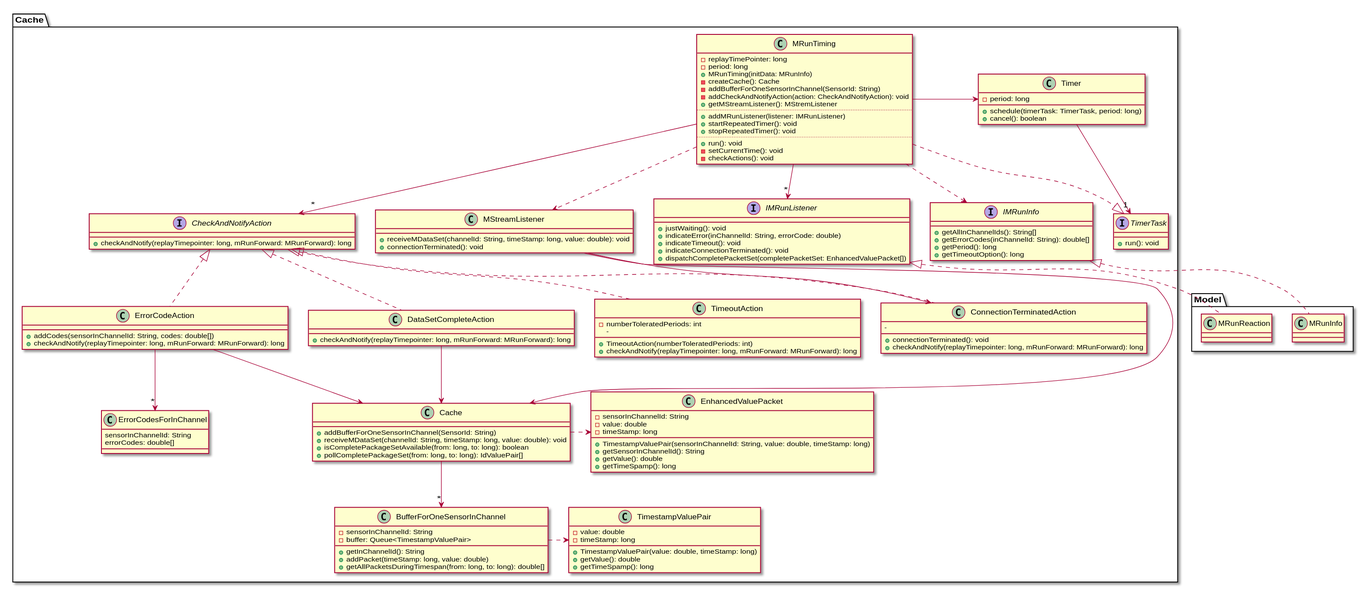
Earlier version of the PlantUML export 2-Entwurf/2-Entwicklung/src/edu/kit/freejdaq/cache/classDiagramCache.svg (osl2/DAQ-Documents).
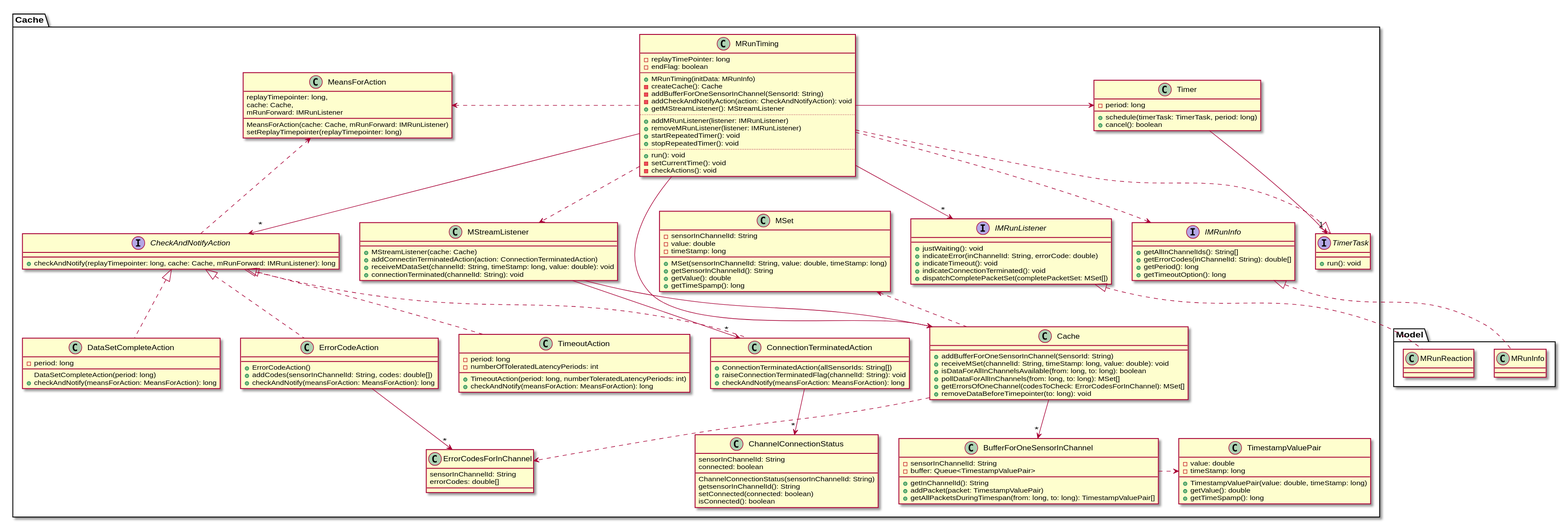
The same diagram one commit later.

What changed in the source:
```diff
@@ -2,21 +2,25 @@
 namespace Cache {
 
 class MStreamListener {
+	+ MStreamListener(cache: Cache)
+	+ addConnectinTerminatedAction(action: ConnectionTerminatedAction)
 	+ receiveMDataSet(channelId: String, timeStamp: long, value: double): void
-	+ connectionTerminated(): void
+	+ connectionTerminated(channelId: String): void
 }
 
 
 class MRunTiming {
 	- replayTimePointer: long
-	- period: long
+	- endFlag: boolean
+	--
 	+ MRunTiming(initData: MRunInfo)
 	- createCache(): Cache
 	- addBufferForOneSensorInChannel(SensorId: String)
 	- addCheckAndNotifyAction(action: CheckAndNotifyAction): void
-	+ getMStreamListener(): MStremListener
+	+ getMStreamListener(): MStreamListener
 	..
 	+ addMRunListener(listener: IMRunListener)
+	+ removeMRunListener(listener: IMRunListener)
 	+ startRepeatedTimer(): void
 	+ stopRepeatedTimer(): void
 	..
@@ -33,17 +37,19 @@
 
 class Cache{
 	+ addBufferForOneSensorInChannel(SensorId: String)
-	+ receiveMDataSet(channelId: String, timeStamp: long, value: double): void
-	+ isCompletePackageSetAvailable(from: long, to: long): boolean
-	+ pollCompletePackageSet(from: long, to: long):  IdValuePair[]
+	+ receiveMSet(channelId: String, timeStamp: long, value: double): void
+	+ isDataForAllInChannelsAvailable(from: long, to: long): boolean
+	+ pollDataForAllInChannels(from: long, to: long):  MSet[]
+	+ getErrorsOfOneChannel(codesToCheck: ErrorCodesForInChannel): MSet[]
+	+ removeDataBeforeTimepointer(to: long): void
 }
 
 class BufferForOneSensorInChannel {
 	-sensorInChannelId: String
 	-buffer: Queue<TimestampValuePair>
 	+getInChannelId(): String
-	+addPacket(timeStamp: long, value: double)
-	+getAllPacketsDuringTimespan(from: long, to: long): double[]
+	+addPacket(packet: TimestampValuePair)
+	+getAllPacketsDuringTimespan(from: long, to: long): TimestampValuePair[]
 }
 
 class TimestampValuePair	{
@@ -55,33 +61,35 @@
 }
 
 class ConnectionTerminatedAction {
-	-
-	+ connectionTerminated(): void
-	+ checkAndNotify(replayTimepointer: long, mRunForward: MRunForward): long
+	+ ConnectionTerminatedAction(allSensorIds: String[])
+	+ raiseConnectionTerminatedFlag(channelId: String): void
+	+ checkAndNotify(meansForAction: MeansForAction): long
 }
 
 class TimeoutAction {
-	- numberToleratedPeriods: int
-	-
-	+ TimeoutAction(numberToleratedPeriods: int)
-	+ checkAndNotify(replayTimepointer: long, mRunForward: MRunForward): long
+	- period: long
+	- numberOfToleratedLatencyPeriods: int
+	+ TimeoutAction(period: long, numberToleratedLatencyPeriods: int)
+	+ checkAndNotify(meansForAction: MeansForAction): long
 }
 
 class ErrorCodeAction {
-
+	+ErrorCodeAction()
 	+addCodes(sensorInChannelId: String, codes: double[])
-	+checkAndNotify(replayTimepointer: long, mRunForward: MRunForward): long
+	+checkAndNotify(meansForAction: MeansForAction): long
 }
 
 class DataSetCompleteAction {
-	+checkAndNotify(replayTimepointer: long, mRunForward: MRunForward): long
+	-period: long
+	DataSetCompleteAction(period: long)
+	+checkAndNotify(meansForAction: MeansForAction): long
 }
 
-class EnhancedValuePacket {
+class MSet {
 	-sensorInChannelId: String
 	-value: double
 	-timeStamp: long
-	+TimestampValuePair(sensorInChannelId: String, value: double, timeStamp: long)
+	+MSet(sensorInChannelId: String, value: double, timeStamp: long)
 	+getSensorInChannelId(): String
 	+getValue(): double
 	+getTimeSpamp(): long
@@ -91,7 +99,29 @@
 	sensorInChannelId: String
 	errorCodes: double[]
 }
-MStreamListener --> ConnectionTerminatedAction
+
+class MeansForAction {
+	replayTimepointer: long,
+	cache: Cache,
+	mRunForward: IMRunListener
+	MeansForAction(cache: Cache, mRunForward: IMRunListener)
+	setReplayTimepointer(replayTimepointer: long)
+}
+
+class ChannelConnectionStatus {
+	sensorInChannelId: String
+	connected: boolean
+	ChannelConnectionStatus(sensorInChannelId: String)
+	getsensorInChannelId(): String
+	setConnected(connected: boolean)
+	isConnected(): boolean
+}
+
+MRunTiming .left.> MeansForAction
+CheckAndNotifyAction .up.> MeansForAction
+
+
+MStreamListener --> "*" ConnectionTerminatedAction
 MStreamListener --> Cache
 ConnectionTerminatedAction .up.|> CheckAndNotifyAction
 TimeoutAction .up.|> CheckAndNotifyAction
@@ -102,21 +132,23 @@
 MRunTiming .right.|> TimerTask
 Timer -down-> "1" TimerTask
 MRunTiming ..> MStreamListener
-Cache .right.> EnhancedValuePacket
-Cache --> "*" BufferForOneSensorInChannel
+Cache .up.> MSet
+Cache -down-> "*" BufferForOneSensorInChannel
+Cache ..> ErrorCodesForInChannel
 
 BufferForOneSensorInChannel .right.> TimestampValuePair
 MRunTiming --> "*" CheckAndNotifyAction
 
-DataSetCompleteAction --> Cache
-ErrorCodeAction --> Cache
-ErrorCodeAction -down-> "*" ErrorCodesForInChannel
+MRunTiming -down-> Cache
+
+ErrorCodeAction --> "*" ErrorCodesForInChannel
 
 MRunTiming --> "*" IMRunListener
 MRunTiming ..> IMRunInfo
+ConnectionTerminatedAction --> "*" ChannelConnectionStatus
 
 interface CheckAndNotifyAction {
-	+checkAndNotify(replayTimepointer: long, mRunForward: MRunForward): long
+	+checkAndNotify(replayTimepointer: long, cache: Cache, mRunForward: IMRunListener): long
 }
 
 interface IMRunListener {
@@ -124,7 +156,7 @@
 	+indicateError(inChannelId: String, errorCode: double)
 	+indicateTimeout(): void
 	+indicateConnectionTerminated(): void
-	+dispatchCompletePacketSet(completePacketSet: EnhancedValuePacket[])
+	+dispatchCompletePacketSet(completePacketSet: MSet[])
 }
 
 interface IMRunInfo {
```
